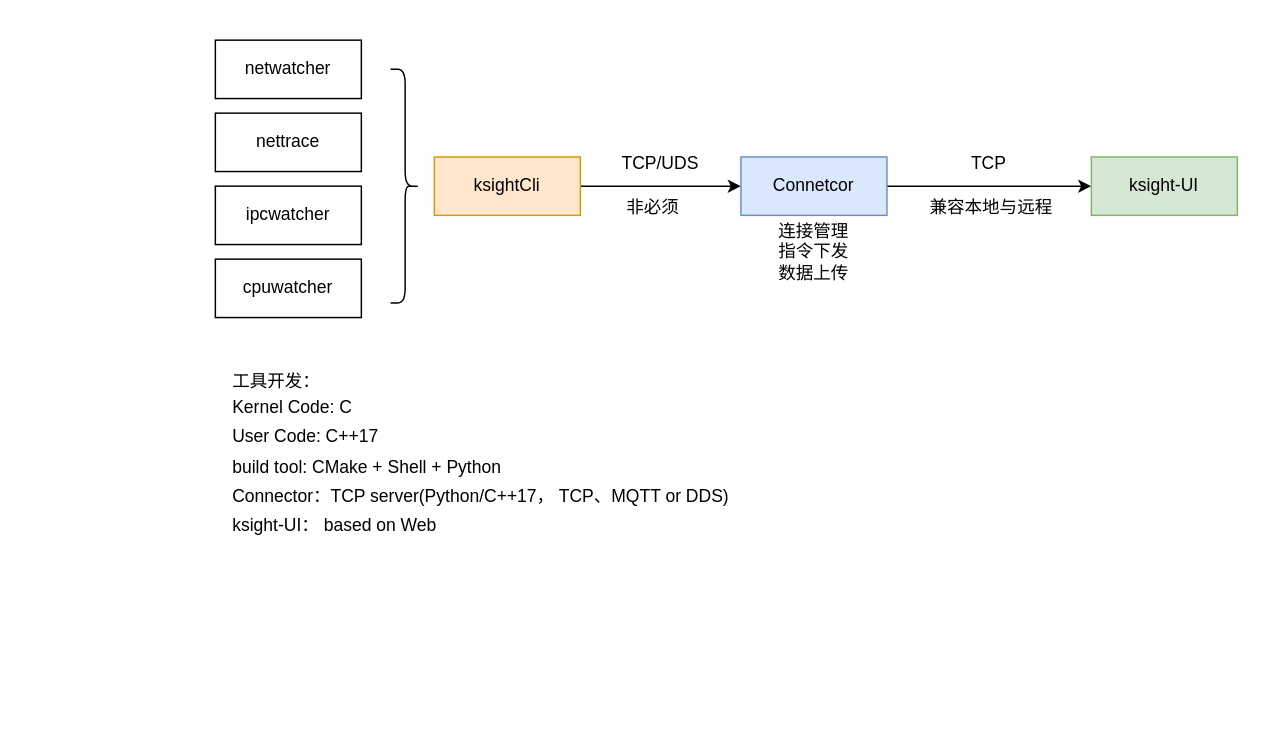
Before: docs/00_introduction/ksight_arch_new.drawio in ziyangfu/ksight, a draw.io diagram. Source tidied: cells renumbered, new cells numbered last; positions are measured from the earlier drawing's top-left corner, leaving out a move shared by most shapes. Both pictures are drawn from the tidied source at 146%, with x=0, y=0 at pixel (215, 39).
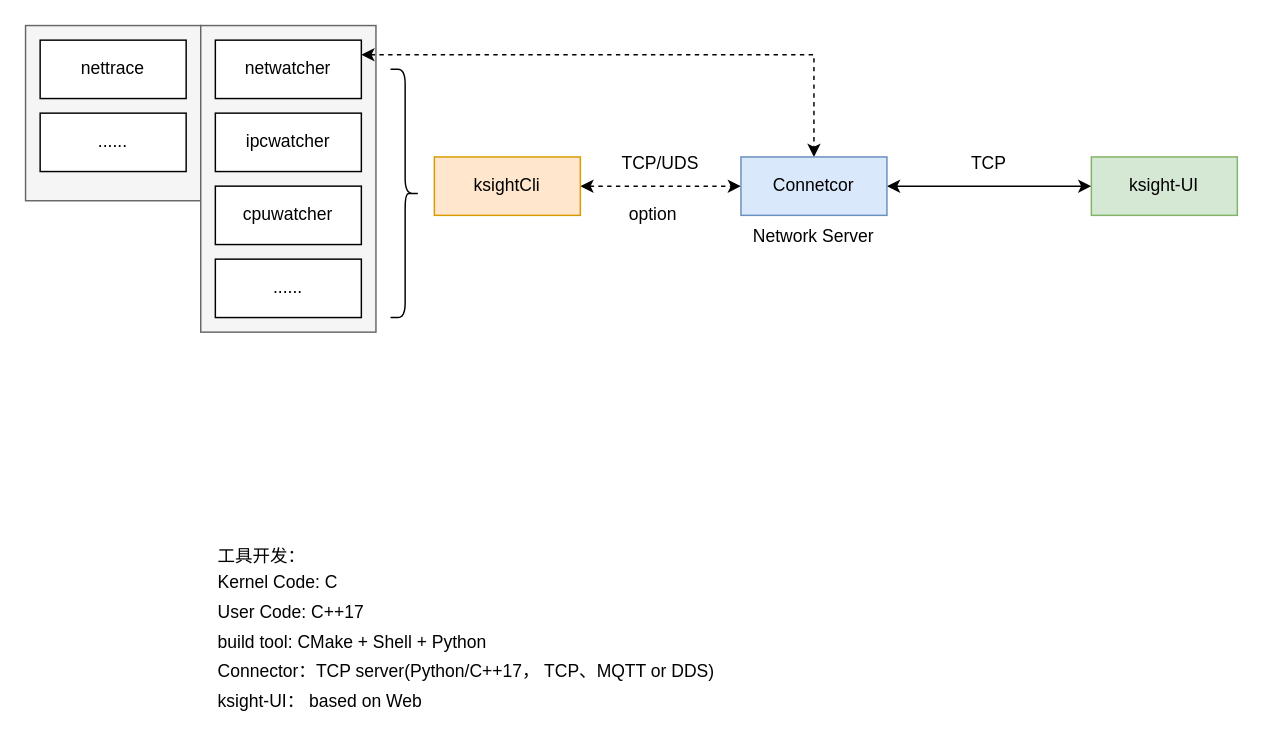
The same page after the edit.

The change refers to these unchanged cells:
```xml
<mxCell id="2" value="netwatcher" style="rounded=0;whiteSpace=wrap;html=1;" parent="1" vertex="1">
  <mxGeometry width="100" height="40" as="geometry" />
</mxCell>
<mxCell id="7" value="ksightCli" style="rounded=0;whiteSpace=wrap;html=1;fillColor=#ffe6cc;strokeColor=#d79b00;" parent="1" vertex="1">
  <mxGeometry x="150" y="80" width="100" height="40" as="geometry" />
</mxCell>
<mxCell id="9" value="Connetcor" style="rounded=0;whiteSpace=wrap;html=1;fillColor=#dae8fc;strokeColor=#6c8ebf;" parent="1" vertex="1">
  <mxGeometry x="360" y="80" width="100" height="40" as="geometry" />
</mxCell>
<mxCell id="10" value="ksight-UI" style="rounded=0;whiteSpace=wrap;html=1;fillColor=#d5e8d4;strokeColor=#82b366;" parent="1" vertex="1">
  <mxGeometry x="600" y="80" width="100" height="40" as="geometry" />
</mxCell>
```

The edit, as a diff of the source:
```diff
@@
+    <mxCell id="18" style="rounded=0;whiteSpace=wrap;html=1;fillColor=#f5f5f5;fontColor=#333333;strokeColor=#666666;" parent="1" vertex="1">
+      <mxGeometry x="-130" y="-10" width="120" height="120" as="geometry" />
+    </mxCell>
+    <mxCell id="19" style="rounded=0;whiteSpace=wrap;html=1;fillColor=#f5f5f5;fontColor=#333333;strokeColor=#666666;" parent="1" vertex="1">
+      <mxGeometry x="-10" y="-10" width="120" height="210" as="geometry" />
+    </mxCell>
+    <mxCell id="20" style="edgeStyle=orthogonalEdgeStyle;rounded=0;jettySize=auto;html=1;exitX=1;exitY=0.25;exitDx=0;exitDy=0;entryX=0.5;entryY=0;entryDx=0;entryDy=0;dashed=1;startArrow=classic;startFill=1;" parent="1" edge="1" source="2" target="9">
+      <mxGeometry relative="1" as="geometry" />
+    </mxCell>
@@
     <mxCell id="3" value="nettrace" style="rounded=0;whiteSpace=wrap;html=1;" parent="1" vertex="1">
-      <mxGeometry y="50" width="100" height="40" as="geometry" />
+      <mxGeometry x="-120" width="100" height="40" as="geometry" />
     </mxCell>
     <mxCell id="4" value="ipcwatcher" style="rounded=0;whiteSpace=wrap;html=1;" parent="1" vertex="1">
-      <mxGeometry y="100" width="100" height="40" as="geometry" />
+      <mxGeometry y="50" width="100" height="40" as="geometry" />
     </mxCell>
     <mxCell id="5" value="cpuwatcher" style="rounded=0;whiteSpace=wrap;html=1;" parent="1" vertex="1">
-      <mxGeometry y="150" width="100" height="40" as="geometry" />
+      <mxGeometry y="100" width="100" height="40" as="geometry" />
     </mxCell>
-    <mxCell id="6" style="edgeStyle=orthogonalEdgeStyle;rounded=0;jettySize=auto;html=1;exitX=1;exitY=0.5;exitDx=0;exitDy=0;entryX=0;entryY=0.5;entryDx=0;entryDy=0;" parent="1" edge="1" source="7" target="9">
+    <mxCell id="6" style="edgeStyle=orthogonalEdgeStyle;rounded=0;jettySize=auto;html=1;exitX=1;exitY=0.5;exitDx=0;exitDy=0;entryX=0;entryY=0.5;entryDx=0;entryDy=0;dashed=1;startArrow=classic;startFill=1;" parent="1" edge="1" source="7" target="9">
       <mxGeometry relative="1" as="geometry" />
     </mxCell>
@@
-    <mxCell id="8" style="edgeStyle=orthogonalEdgeStyle;rounded=0;jettySize=auto;html=1;exitX=1;exitY=0.5;exitDx=0;exitDy=0;" parent="1" edge="1" source="9" target="10">
+    <mxCell id="8" style="edgeStyle=orthogonalEdgeStyle;rounded=0;jettySize=auto;html=1;exitX=1;exitY=0.5;exitDx=0;exitDy=0;startArrow=classic;startFill=1;" parent="1" edge="1" source="9" target="10">
       <mxGeometry relative="1" as="geometry" />
     </mxCell>
@@
     <mxCell id="11" value="工具开发：&lt;div style=&quot;line-height: 170%;&quot;&gt;Kernel Code: C&lt;div&gt;User Code: C++17&lt;/div&gt;&lt;div&gt;build tool: CMake + Shell + Python&lt;/div&gt;&lt;/div&gt;&lt;div style=&quot;line-height: 170%;&quot;&gt;Connector：TCP server(Python/C++17， TCP、MQTT or DDS)&lt;/div&gt;&lt;div style=&quot;line-height: 170%;&quot;&gt;ksight-UI： based on Web&lt;/div&gt;" style="text;html=1;align=left;verticalAlign=middle;whiteSpace=wrap;rounded=0;" parent="1" vertex="1">
-      <mxGeometry x="10" y="230" width="430" height="110" as="geometry" />
+      <mxGeometry y="350" width="430" height="110" as="geometry" />
     </mxCell>
     <mxCell id="12" style="shape=curlyBracket;whiteSpace=wrap;html=1;rounded=1;flipH=1;labelPosition=right;verticalLabelPosition=middle;align=left;verticalAlign=middle;" parent="1" vertex="1">
-      <mxGeometry x="120" y="20" width="20" height="160" as="geometry" />
+      <mxGeometry x="120" y="20" width="20" height="170" as="geometry" />
     </mxCell>
@@
-    <mxCell id="15" value="&amp;nbsp;兼容本地与远程" style="text;html=1;align=center;verticalAlign=middle;whiteSpace=wrap;rounded=0;" parent="1" vertex="1">
-      <mxGeometry x="480" y="100" width="100" height="30" as="geometry" />
-    </mxCell>
-    <mxCell id="16" value="非必须" style="text;html=1;align=center;verticalAlign=middle;whiteSpace=wrap;rounded=0;" parent="1" vertex="1">
-      <mxGeometry x="250" y="100" width="100" height="30" as="geometry" />
+    <mxCell id="16" value="option" style="text;html=1;align=center;verticalAlign=middle;whiteSpace=wrap;rounded=0;" parent="1" vertex="1">
+      <mxGeometry x="250" y="105" width="100" height="30" as="geometry" />
     </mxCell>
-    <mxCell id="17" value="连接管理&lt;div&gt;指令下发&lt;/div&gt;&lt;div&gt;数据上传&lt;/div&gt;" style="text;html=1;align=center;verticalAlign=middle;whiteSpace=wrap;rounded=0;" parent="1" vertex="1">
-      <mxGeometry x="360" y="130" width="100" height="30" as="geometry" />
-    </mxCell>
+    <mxCell id="21" value="Network Server" style="text;html=1;align=center;verticalAlign=middle;whiteSpace=wrap;rounded=0;" parent="1" vertex="1">
+      <mxGeometry x="360" y="120" width="100" height="30" as="geometry" />
+    </mxCell>
+    <mxCell id="22" value="......" style="rounded=0;whiteSpace=wrap;html=1;" parent="1" vertex="1">
+      <mxGeometry y="150" width="100" height="40" as="geometry" />
+    </mxCell>
+    <mxCell id="23" value="......" style="rounded=0;whiteSpace=wrap;html=1;" parent="1" vertex="1">
+      <mxGeometry x="-120" y="50" width="100" height="40" as="geometry" />
+    </mxCell>
```
